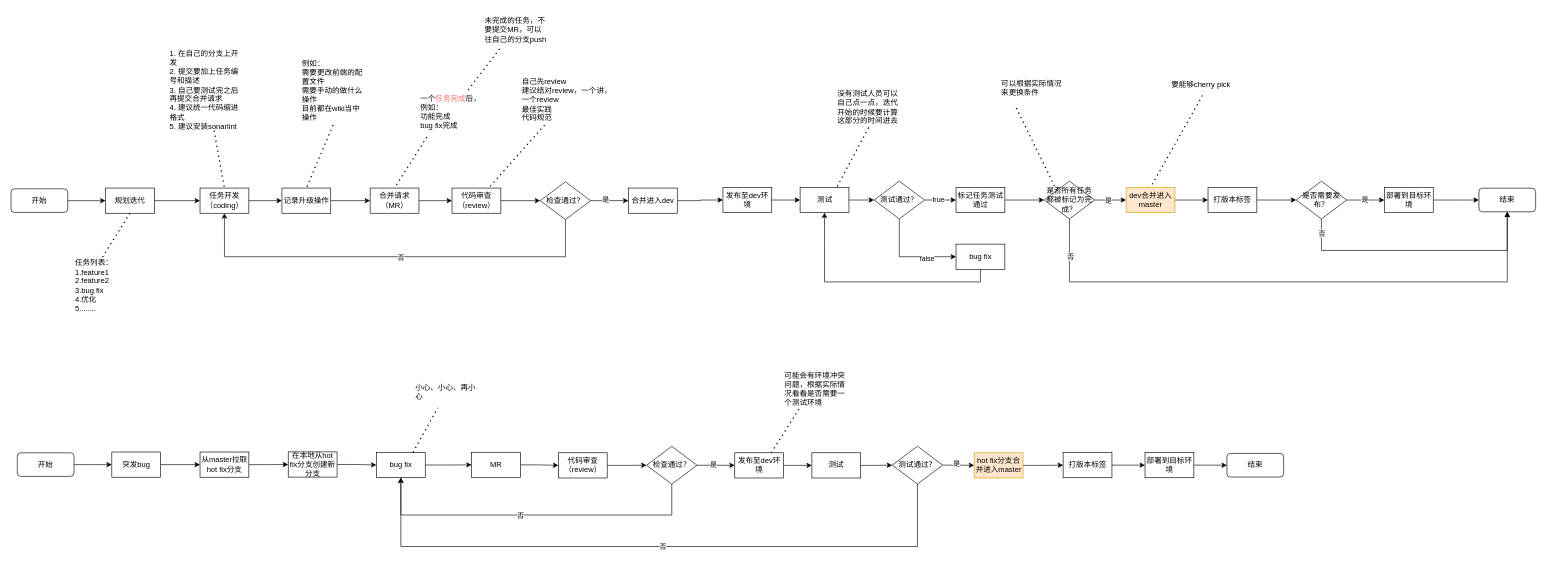
This is page "工作流" (3 of 5) of 平台发布.drawio from ProgrammerLZ/drawio, a draw.io file, before an edit. Source tidied: cells renumbered, new cells numbered last; positions are measured from the earlier drawing's top-left corner, leaving out a move shared by most shapes. Both pictures are drawn from the tidied source at 63%, with x=0, y=0 at pixel (11, 11).
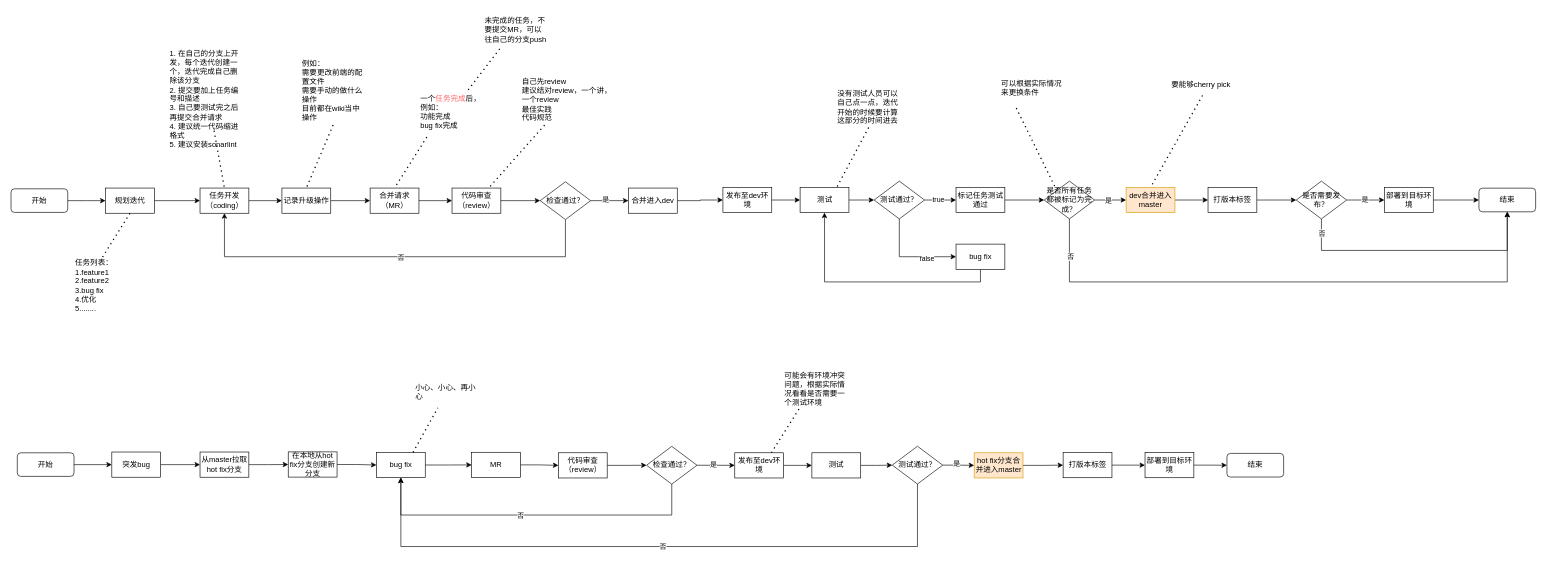
The same diagram, later.

Commit message (it also covers changes not shown here):
更新平台发布.drawio

What changed in the source:
```diff
@@
-    <mxCell id="33" value="1. 在自己的分支上开发&lt;div&gt;2. 提交要加上任务编号和描述&lt;/div&gt;&lt;div&gt;3. 自己要测试完之后再提交合并请求&lt;/div&gt;&lt;div&gt;4. 建议统一代码缩进格式&lt;/div&gt;&lt;div&gt;5. 建议安装sonarlint&lt;/div&gt;&lt;div&gt;&lt;br&gt;&lt;/div&gt;" style="text;html=1;align=left;verticalAlign=top;whiteSpace=wrap;rounded=0;" parent="1" vertex="1">
+    <mxCell id="33" value="1. 在自己的分支上开发，每个迭代创建一个，迭代完成自己删除该分支&lt;div&gt;2. 提交要加上任务编号和描述&lt;/div&gt;&lt;div&gt;3. 自己要测试完之后再提交合并请求&lt;/div&gt;&lt;div&gt;4. 建议统一代码缩进格式&lt;/div&gt;&lt;div&gt;5. 建议安装sonarlint&lt;/div&gt;&lt;div&gt;&lt;br&gt;&lt;/div&gt;" style="text;html=1;align=left;verticalAlign=top;whiteSpace=wrap;rounded=0;" parent="1" vertex="1">
       <mxGeometry x="250" y="54" width="120" height="136" as="geometry" />
     </mxCell>
```
